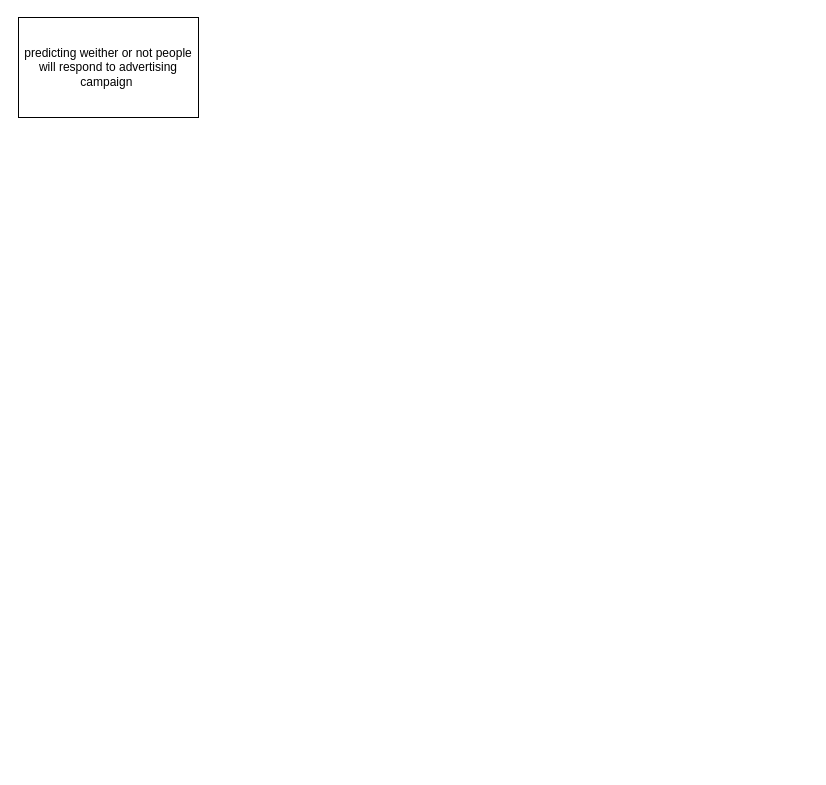
This is Marketing_Prediction/test.drawio from Jacob-J-Richards/DS_DA_Projects, a draw.io file, before an edit. Source tidied: cells renumbered, new cells numbered last; positions are measured from the earlier drawing's top-left corner, leaving out a move shared by most shapes. Both pictures are drawn from the tidied source at 100%, with x=0, y=0 at pixel (18, 17).
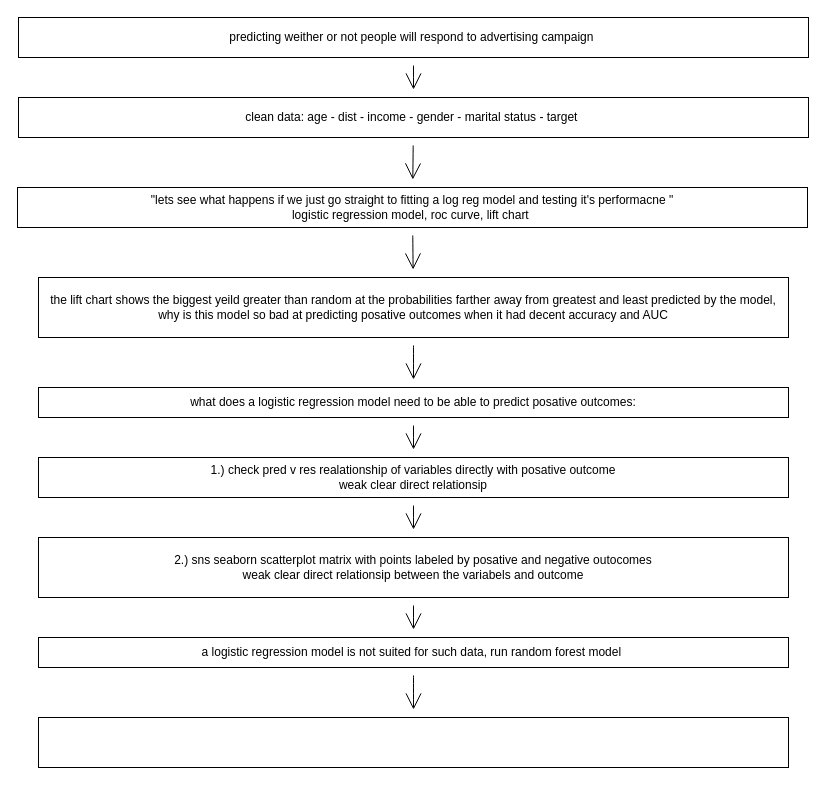
After the change.

Diff of the diagram source:
```diff
@@
 <mxGraphModel>
   <root>
     <mxCell id="0" />
     <mxCell id="1" parent="0" />
     <mxCell id="2" value="predicting weither or not people will respond to advertising campaign&amp;nbsp;" style="whiteSpace=wrap;html=1;" parent="1" vertex="1">
-      <mxGeometry width="180" height="100" as="geometry" />
+      <mxGeometry width="790" height="40" as="geometry" />
     </mxCell>
+    <mxCell id="3" style="edgeStyle=none;jettySize=auto;html=1;rounded=0;endArrow=open;startSize=14;endSize=14;sourcePerimeterSpacing=8;targetPerimeterSpacing=8;curved=1;" parent="1" edge="1" source="2" target="5">
+      <mxGeometry relative="1" as="geometry" />
+    </mxCell>
+    <mxCell id="4" style="edgeStyle=none;curved=1;rounded=0;jettySize=auto;html=1;endArrow=open;startSize=14;endSize=14;sourcePerimeterSpacing=8;targetPerimeterSpacing=8;" parent="1" edge="1" source="5" target="7">
+      <mxGeometry relative="1" as="geometry" />
+    </mxCell>
+    <mxCell id="5" value="clean data: age - dist - income - gender - marital status - target&amp;nbsp;" style="rounded=0;whiteSpace=wrap;html=1;" parent="1" vertex="1">
+      <mxGeometry y="80" width="790" height="40" as="geometry" />
+    </mxCell>
+    <mxCell id="6" style="edgeStyle=none;curved=1;rounded=0;jettySize=auto;html=1;endArrow=open;startSize=14;endSize=14;sourcePerimeterSpacing=8;targetPerimeterSpacing=8;" parent="1" edge="1" source="7" target="9">
+      <mxGeometry relative="1" as="geometry" />
+    </mxCell>
+    <mxCell id="7" value="&quot;lets see what happens if we just go straight to fitting a log reg model and testing it's performacne &quot;&lt;br&gt;logistic regression model, roc curve, lift chart&amp;nbsp;" style="whiteSpace=wrap;html=1;rounded=0;" parent="1" vertex="1">
+      <mxGeometry x="-1" y="170" width="790" height="40" as="geometry" />
+    </mxCell>
+    <mxCell id="8" style="edgeStyle=none;curved=1;rounded=0;jettySize=auto;html=1;endArrow=open;startSize=14;endSize=14;sourcePerimeterSpacing=8;targetPerimeterSpacing=8;" parent="1" edge="1" source="9" target="11">
+      <mxGeometry relative="1" as="geometry" />
+    </mxCell>
+    <mxCell id="9" value="the lift chart shows the biggest yeild greater than random at the probabilities farther away from greatest and least predicted by the model, why is this model so bad at predicting posative outcomes when it had decent accuracy and AUC" style="whiteSpace=wrap;html=1;rounded=0;" parent="1" vertex="1">
+      <mxGeometry x="20" y="260" width="750" height="60" as="geometry" />
+    </mxCell>
+    <mxCell id="10" style="edgeStyle=none;curved=1;rounded=0;jettySize=auto;html=1;endArrow=open;startSize=14;endSize=14;sourcePerimeterSpacing=8;targetPerimeterSpacing=8;" parent="1" edge="1" source="11" target="13">
+      <mxGeometry relative="1" as="geometry" />
+    </mxCell>
+    <mxCell id="11" value="what does a logistic regression model need to be able to predict posative outcomes:" style="whiteSpace=wrap;html=1;rounded=0;" parent="1" vertex="1">
+      <mxGeometry x="20" y="370" width="750" height="30" as="geometry" />
+    </mxCell>
+    <mxCell id="12" style="edgeStyle=none;curved=1;rounded=0;jettySize=auto;html=1;endArrow=open;startSize=14;endSize=14;sourcePerimeterSpacing=8;targetPerimeterSpacing=8;" parent="1" edge="1" source="13" target="15">
+      <mxGeometry relative="1" as="geometry" />
+    </mxCell>
+    <mxCell id="13" value="1.) check pred v res realationship of variables directly with posative outcome&lt;br&gt;weak clear direct relationsip" style="whiteSpace=wrap;html=1;rounded=0;" parent="1" vertex="1">
+      <mxGeometry x="20" y="440" width="750" height="40" as="geometry" />
+    </mxCell>
+    <mxCell id="14" style="edgeStyle=none;curved=1;rounded=0;jettySize=auto;html=1;endArrow=open;startSize=14;endSize=14;sourcePerimeterSpacing=8;targetPerimeterSpacing=8;" parent="1" edge="1" source="15" target="17">
+      <mxGeometry relative="1" as="geometry" />
+    </mxCell>
+    <mxCell id="15" value="2.) sns seaborn scatterplot matrix with points labeled by posative and negative outocomes&lt;br&gt;weak clear direct relationsip between the variabels and outcome" style="rounded=0;whiteSpace=wrap;html=1;" parent="1" vertex="1">
+      <mxGeometry x="20" y="520" width="750" height="60" as="geometry" />
+    </mxCell>
+    <mxCell id="16" style="edgeStyle=none;curved=1;rounded=0;jettySize=auto;html=1;endArrow=open;startSize=14;endSize=14;sourcePerimeterSpacing=8;targetPerimeterSpacing=8;" parent="1" edge="1" source="17" target="18">
+      <mxGeometry relative="1" as="geometry" />
+    </mxCell>
+    <mxCell id="17" value="a logistic regression model is not suited for such data, run random forest model&amp;nbsp;" style="whiteSpace=wrap;html=1;rounded=0;" parent="1" vertex="1">
+      <mxGeometry x="20" y="620" width="750" height="30" as="geometry" />
+    </mxCell>
+    <mxCell id="18" style="whiteSpace=wrap;html=1;rounded=0;" parent="1" vertex="1">
+      <mxGeometry x="20" y="700" width="750" height="50" as="geometry" />
+    </mxCell>
   </root>
 </mxGraphModel>
```
